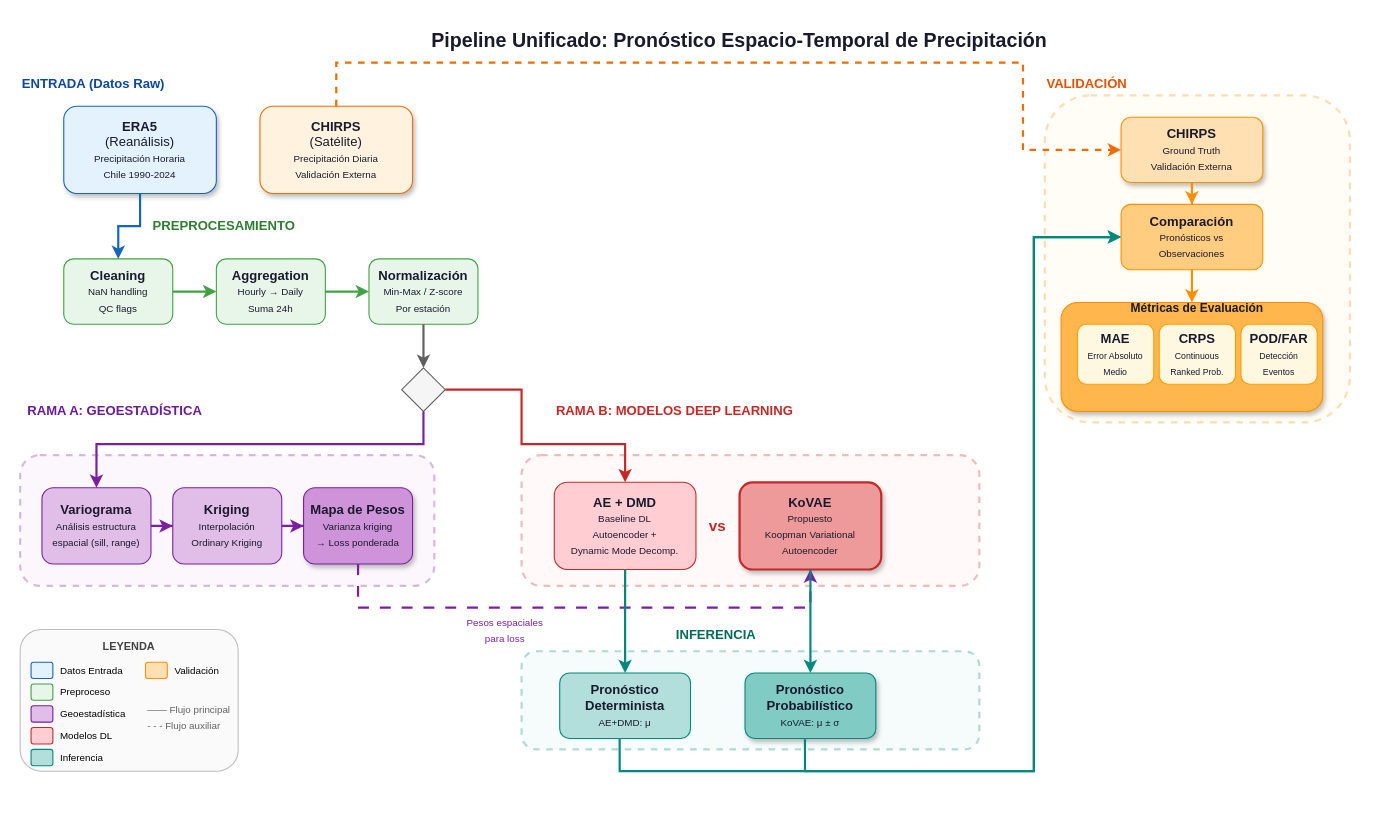
Above: Diagrama/Diagrama_de_Flujo_Unificado.drawio in Godoca2/capstone-project-pronostico-hibrido (draw.io), before the change. Source tidied: cells renumbered, new cells numbered last; positions are measured from the earlier drawing's top-left corner, leaving out a move shared by most shapes. Both pictures are drawn from the tidied source at 109%, with x=0, y=0 at pixel (20, 19).
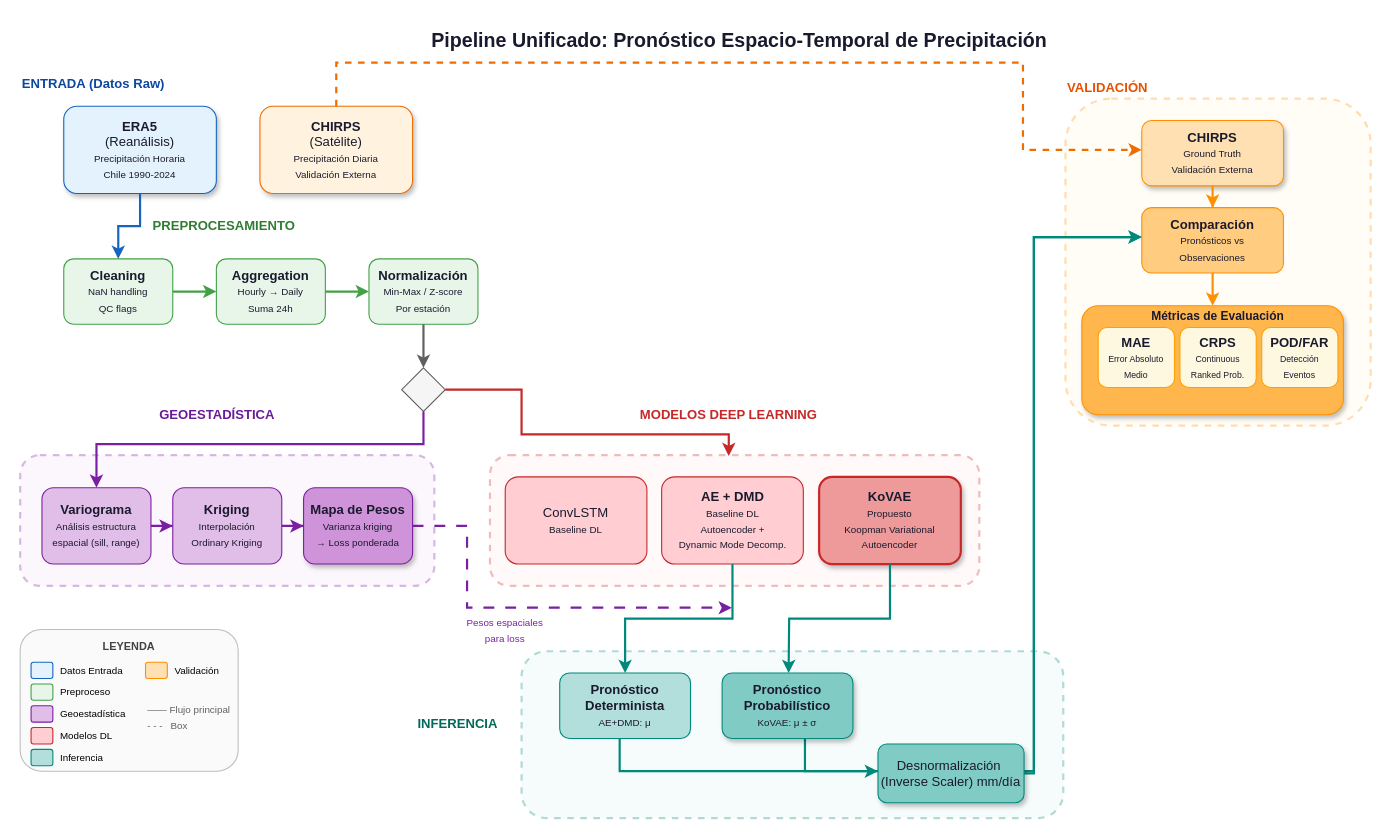
The same diagram, later.

The change refers to these unchanged cells:
```xml
<mxCell id="13" style="rhombus;whiteSpace=wrap;html=1;fillColor=#f5f5f5;strokeColor=#616161;" parent="1" vertex="1">
  <mxGeometry x="350" y="320" width="40" height="40" as="geometry" />
</mxCell>
<mxCell id="19" value="&lt;b&gt;Mapa de Pesos&lt;/b&gt;&lt;br&gt;&lt;font style=&quot;font-size:9px&quot;&gt;Varianza kriging&lt;br&gt;→ Loss ponderada&lt;/font&gt;" style="rounded=1;whiteSpace=wrap;html=1;fillColor=#ce93d8;strokeColor=#7b1fa2;fontColor=#1a1a2e;shadow=1;" parent="1" vertex="1">
  <mxGeometry x="260" y="430" width="100" height="70" as="geometry" />
</mxCell>
```

The edit, as a diff of the source:
```diff
@@
-    <mxCell id="15" value="&lt;b&gt;RAMA A: GEOESTADÍSTICA&lt;/b&gt;" style="text;html=1;strokeColor=none;fillColor=none;align=left;verticalAlign=middle;whiteSpace=wrap;rounded=0;fontSize=12;fontColor=#6a1b9a;" parent="1" vertex="1">
-      <mxGeometry x="5" y="350" width="200" height="20" as="geometry" />
+    <mxCell id="15" value="&lt;b&gt;GEOESTADÍSTICA&lt;/b&gt;" style="text;html=1;strokeColor=none;fillColor=none;align=left;verticalAlign=middle;whiteSpace=wrap;rounded=0;fontSize=12;fontColor=#6a1b9a;" parent="1" vertex="1">
+      <mxGeometry x="126" y="353" width="116" height="20" as="geometry" />
     </mxCell>
@@
-    <mxCell id="23" value="&lt;b&gt;RAMA B: MODELOS DEEP LEARNING&lt;/b&gt;" style="text;html=1;strokeColor=none;fillColor=none;align=left;verticalAlign=middle;whiteSpace=wrap;rounded=0;fontSize=12;fontColor=#c62828;" parent="1" vertex="1">
-      <mxGeometry x="490" y="350" width="250" height="20" as="geometry" />
+    <mxCell id="23" value="&lt;b&gt;MODELOS DEEP LEARNING&lt;/b&gt;" style="text;html=1;strokeColor=none;fillColor=none;align=left;verticalAlign=middle;whiteSpace=wrap;rounded=0;fontSize=12;fontColor=#c62828;" parent="1" vertex="1">
+      <mxGeometry x="567" y="353" width="173" height="20" as="geometry" />
     </mxCell>
     <mxCell id="24" style="rounded=1;whiteSpace=wrap;html=1;fillColor=#ffebee;strokeColor=#c62828;strokeWidth=2;dashed=1;opacity=30;" parent="1" vertex="1">
-      <mxGeometry x="460" y="400" width="420" height="120" as="geometry" />
+      <mxGeometry x="431" y="400" width="449" height="120" as="geometry" />
     </mxCell>
     <mxCell id="25" value="&lt;b&gt;AE + DMD&lt;/b&gt;&lt;br&gt;&lt;font style=&quot;font-size:9px&quot;&gt;Baseline DL&lt;br&gt;Autoencoder +&lt;br&gt;Dynamic Mode Decomp.&lt;/font&gt;" style="rounded=1;whiteSpace=wrap;html=1;fillColor=#ffcdd2;strokeColor=#c62828;fontColor=#1a1a2e;" parent="1" vertex="1">
-      <mxGeometry x="490" y="425" width="130" height="80" as="geometry" />
+      <mxGeometry x="588.5" y="420" width="130" height="80" as="geometry" />
     </mxCell>
     <mxCell id="26" value="&lt;b&gt;KoVAE&lt;/b&gt;&lt;br&gt;&lt;font style=&quot;font-size:9px&quot;&gt;Propuesto&lt;br&gt;Koopman Variational&lt;br&gt;Autoencoder&lt;/font&gt;" style="rounded=1;whiteSpace=wrap;html=1;fillColor=#ef9a9a;strokeColor=#c62828;fontColor=#1a1a2e;shadow=1;strokeWidth=2;" parent="1" vertex="1">
-      <mxGeometry x="660" y="425" width="130" height="80" as="geometry" />
+      <mxGeometry x="733" y="420" width="130" height="80" as="geometry" />
     </mxCell>
-    <mxCell id="27" value="&lt;b&gt;vs&lt;/b&gt;" style="text;html=1;strokeColor=none;fillColor=none;align=center;verticalAlign=middle;whiteSpace=wrap;rounded=0;fontSize=14;fontColor=#c62828;" parent="1" vertex="1">
-      <mxGeometry x="620" y="450" width="40" height="30" as="geometry" />
-    </mxCell>
-    <mxCell id="28" style="edgeStyle=orthogonalEdgeStyle;rounded=0;jettySize=auto;html=1;strokeColor=#c62828;strokeWidth=2;" parent="1" edge="1" source="13" target="25">
+    <mxCell id="28" style="edgeStyle=orthogonalEdgeStyle;rounded=0;jettySize=auto;html=1;strokeColor=#c62828;strokeWidth=2;entryX=0.488;entryY=0.008;entryDx=0;entryDy=0;entryPerimeter=0;" parent="1" edge="1" source="13" target="24">
       <mxGeometry relative="1" as="geometry">
         <Array as="points">
           <mxPoint x="460" y="340" />
-          <mxPoint x="460" y="390" />
-          <mxPoint x="555" y="390" />
+          <mxPoint x="460" y="381" />
+          <mxPoint x="650" y="381" />
         </Array>
       </mxGeometry>
     </mxCell>
-    <mxCell id="29" style="edgeStyle=orthogonalEdgeStyle;rounded=0;jettySize=auto;html=1;strokeColor=#7b1fa2;strokeWidth=2;dashed=1;dashPattern=5 5;" parent="1" edge="1" source="19" target="26">
+    <mxCell id="29" style="edgeStyle=orthogonalEdgeStyle;rounded=0;jettySize=auto;html=1;strokeColor=#7b1fa2;strokeWidth=2;dashed=1;dashPattern=5 5;" parent="1" edge="1" source="19">
       <mxGeometry relative="1" as="geometry">
+        <mxPoint x="653" y="540" as="targetPoint" />
         <Array as="points">
           <mxPoint x="410" y="540" />
           <mxPoint x="410" y="540" />
           <mxPoint x="725" y="540" />
         </Array>
       </mxGeometry>
     </mxCell>
@@
     <mxCell id="31" value="&lt;b&gt;INFERENCIA&lt;/b&gt;" style="text;html=1;strokeColor=none;fillColor=none;align=left;verticalAlign=middle;whiteSpace=wrap;rounded=0;fontSize=12;fontColor=#00695c;" parent="1" vertex="1">
-      <mxGeometry x="600" y="555" width="200" height="20" as="geometry" />
+      <mxGeometry x="363" y="637" width="88" height="20" as="geometry" />
     </mxCell>
     <mxCell id="32" style="rounded=1;whiteSpace=wrap;html=1;fillColor=#e0f2f1;strokeColor=#00897b;strokeWidth=2;dashed=1;opacity=30;" parent="1" vertex="1">
-      <mxGeometry x="460" y="580" width="420" height="90" as="geometry" />
+      <mxGeometry x="460" y="580" width="497" height="153" as="geometry" />
     </mxCell>
@@
-    <mxCell id="34" value="&lt;b&gt;Pronóstico&lt;br&gt;Probabilístico&lt;/b&gt;&lt;br&gt;&lt;font style=&quot;font-size:9px&quot;&gt;KoVAE: μ ± σ&lt;/font&gt;" style="rounded=1;whiteSpace=wrap;html=1;fillColor=#80cbc4;strokeColor=#00897b;fontColor=#1a1a2e;shadow=1;" parent="1" vertex="1">
-      <mxGeometry x="665" y="600" width="120" height="60" as="geometry" />
-    </mxCell>
@@
-    <mxCell id="36" style="edgeStyle=orthogonalEdgeStyle;rounded=0;jettySize=auto;html=1;strokeColor=#00897b;strokeWidth=2;" parent="1" edge="1" source="26" target="34">
-      <mxGeometry relative="1" as="geometry" />
+    <mxCell id="36" style="edgeStyle=orthogonalEdgeStyle;rounded=0;jettySize=auto;html=1;strokeColor=#00897b;strokeWidth=2;exitX=0.5;exitY=1;exitDx=0;exitDy=0;" parent="1" edge="1" source="26">
+      <mxGeometry relative="1" as="geometry">
+        <mxPoint x="705" y="600" as="targetPoint" />
+      </mxGeometry>
     </mxCell>
     <mxCell id="37" value="&lt;b&gt;VALIDACIÓN&lt;/b&gt;" style="text;html=1;strokeColor=none;fillColor=none;align=left;verticalAlign=middle;whiteSpace=wrap;rounded=0;fontSize=12;fontColor=#e65100;" parent="1" vertex="1">
-      <mxGeometry x="940" y="50" width="200" height="20" as="geometry" />
+      <mxGeometry x="959" y="53" width="200" height="20" as="geometry" />
     </mxCell>
     <mxCell id="38" style="rounded=1;whiteSpace=wrap;html=1;fillColor=#fff8e1;strokeColor=#ff8f00;strokeWidth=2;dashed=1;opacity=30;" parent="1" vertex="1">
-      <mxGeometry x="940" y="70" width="280" height="300" as="geometry" />
+      <mxGeometry x="959" y="73" width="280" height="300" as="geometry" />
     </mxCell>
     <mxCell id="39" value="&lt;b&gt;CHIRPS&lt;/b&gt;&lt;br&gt;&lt;font style=&quot;font-size:9px&quot;&gt;Ground Truth&lt;br&gt;Validación Externa&lt;/font&gt;" style="rounded=1;whiteSpace=wrap;html=1;fillColor=#ffe0b2;strokeColor=#ff8f00;fontColor=#1a1a2e;shadow=1;" parent="1" vertex="1">
-      <mxGeometry x="1010" y="90" width="130" height="60" as="geometry" />
+      <mxGeometry x="1029" y="93" width="130" height="60" as="geometry" />
     </mxCell>
     <mxCell id="40" value="&lt;b&gt;Comparación&lt;/b&gt;&lt;br&gt;&lt;font style=&quot;font-size:9px&quot;&gt;Pronósticos vs&lt;br&gt;Observaciones&lt;/font&gt;" style="rounded=1;whiteSpace=wrap;html=1;fillColor=#ffcc80;strokeColor=#ff8f00;fontColor=#1a1a2e;" parent="1" vertex="1">
-      <mxGeometry x="1010" y="170" width="130" height="60" as="geometry" />
+      <mxGeometry x="1029" y="173" width="130" height="60" as="geometry" />
     </mxCell>
     <mxCell id="41" style="rounded=1;whiteSpace=wrap;html=1;fillColor=#ffb74d;strokeColor=#ff8f00;fontColor=#1a1a2e;shadow=1;" parent="1" vertex="1">
-      <mxGeometry x="955" y="260" width="240" height="100" as="geometry" />
+      <mxGeometry x="974" y="263" width="240" height="100" as="geometry" />
     </mxCell>
     <mxCell id="42" value="&lt;b&gt;Métricas de Evaluación&lt;/b&gt;" style="text;html=1;strokeColor=none;fillColor=none;align=center;verticalAlign=middle;whiteSpace=wrap;rounded=0;fontSize=11;fontColor=#1a1a2e;" parent="1" vertex="1">
-      <mxGeometry x="1000" y="255" width="160" height="20" as="geometry" />
+      <mxGeometry x="1019" y="263" width="160" height="20" as="geometry" />
     </mxCell>
     <mxCell id="43" value="&lt;b&gt;MAE&lt;/b&gt;&lt;br&gt;&lt;font style=&quot;font-size:8px&quot;&gt;Error Absoluto&lt;br&gt;Medio&lt;/font&gt;" style="rounded=1;whiteSpace=wrap;html=1;fillColor=#fff8e1;strokeColor=#ffa000;fontColor=#1a1a2e;" parent="1" vertex="1">
-      <mxGeometry x="970" y="280" width="70" height="55" as="geometry" />
+      <mxGeometry x="989" y="283" width="70" height="55" as="geometry" />
     </mxCell>
     <mxCell id="44" value="&lt;b&gt;CRPS&lt;/b&gt;&lt;br&gt;&lt;font style=&quot;font-size:8px&quot;&gt;Continuous&lt;br&gt;Ranked Prob.&lt;/font&gt;" style="rounded=1;whiteSpace=wrap;html=1;fillColor=#fff8e1;strokeColor=#ffa000;fontColor=#1a1a2e;" parent="1" vertex="1">
-      <mxGeometry x="1045" y="280" width="70" height="55" as="geometry" />
+      <mxGeometry x="1064" y="283" width="70" height="55" as="geometry" />
     </mxCell>
     <mxCell id="45" value="&lt;b&gt;POD/FAR&lt;/b&gt;&lt;br&gt;&lt;font style=&quot;font-size:8px&quot;&gt;Detección&lt;br&gt;Eventos&lt;/font&gt;" style="rounded=1;whiteSpace=wrap;html=1;fillColor=#fff8e1;strokeColor=#ffa000;fontColor=#1a1a2e;" parent="1" vertex="1">
-      <mxGeometry x="1120" y="280" width="70" height="55" as="geometry" />
+      <mxGeometry x="1139" y="283" width="70" height="55" as="geometry" />
     </mxCell>
@@
-    <mxCell id="50" style="edgeStyle=orthogonalEdgeStyle;rounded=0;jettySize=auto;html=1;strokeColor=#00897b;strokeWidth=2;" parent="1" edge="1" source="34" target="40">
+    <mxCell id="50" style="edgeStyle=orthogonalEdgeStyle;rounded=0;jettySize=auto;html=1;strokeColor=#00897b;strokeWidth=2;" parent="1" edge="1" source="67" target="40">
       <mxGeometry relative="1" as="geometry">
         <Array as="points">
-          <mxPoint x="720" y="690" />
-          <mxPoint x="930" y="690" />
           <mxPoint x="930" y="200" />
         </Array>
       </mxGeometry>
     </mxCell>
@@
-    <mxCell id="65" value="&lt;font style=&quot;font-size:9px&quot;&gt;—— Flujo principal&lt;br&gt;- - - Flujo auxiliar&lt;/font&gt;" style="text;html=1;strokeColor=none;fillColor=none;align=left;verticalAlign=middle;whiteSpace=wrap;rounded=0;fontColor=#616161;" parent="1" vertex="1">
+    <mxCell id="65" value="&lt;font style=&quot;font-size:9px&quot;&gt;—— Flujo principal&lt;br&gt;- - -&amp;nbsp; &amp;nbsp;Box&lt;/font&gt;" style="text;html=1;strokeColor=none;fillColor=none;align=left;verticalAlign=middle;whiteSpace=wrap;rounded=0;fontColor=#616161;" parent="1" vertex="1">
       <mxGeometry x="115" y="620" width="90" height="40" as="geometry" />
     </mxCell>
+    <mxCell id="66" style="edgeStyle=orthogonalEdgeStyle;rounded=0;jettySize=auto;html=1;strokeColor=#00897b;strokeWidth=2;" parent="1" edge="1" target="67">
+      <mxGeometry relative="1" as="geometry">
+        <mxPoint x="720" y="660" as="sourcePoint" />
+        <Array as="points">
+          <mxPoint x="720" y="690" />
+        </Array>
+      </mxGeometry>
+    </mxCell>
+    <mxCell id="67" value="Desnormalización&amp;nbsp;&lt;div&gt;(Inverse Scaler) mm/día&lt;/div&gt;" style="rounded=1;whiteSpace=wrap;html=1;fillColor=#80cbc4;strokeColor=#00897b;fontColor=#1a1a2e;shadow=1;" parent="1" vertex="1">
+      <mxGeometry x="787" y="665" width="134" height="54" as="geometry" />
+    </mxCell>
+    <mxCell id="34" value="&lt;b&gt;Pronóstico&lt;br&gt;Probabilístico&lt;/b&gt;&lt;br&gt;&lt;font style=&quot;font-size:9px&quot;&gt;KoVAE: μ ± σ&lt;/font&gt;" style="rounded=1;whiteSpace=wrap;html=1;fillColor=#80cbc4;strokeColor=#00897b;fontColor=#1a1a2e;shadow=1;" parent="1" vertex="1">
+      <mxGeometry x="644" y="600" width="120" height="60" as="geometry" />
+    </mxCell>
+    <mxCell id="68" value="ConvLSTM&lt;br&gt;&lt;font style=&quot;font-size:9px&quot;&gt;Baseline DL&lt;br&gt;&lt;/font&gt;" style="rounded=1;whiteSpace=wrap;html=1;fillColor=#ffcdd2;strokeColor=#c62828;fontColor=#1a1a2e;" parent="1" vertex="1">
+      <mxGeometry x="445" y="420" width="130" height="80" as="geometry" />
+    </mxCell>
```
